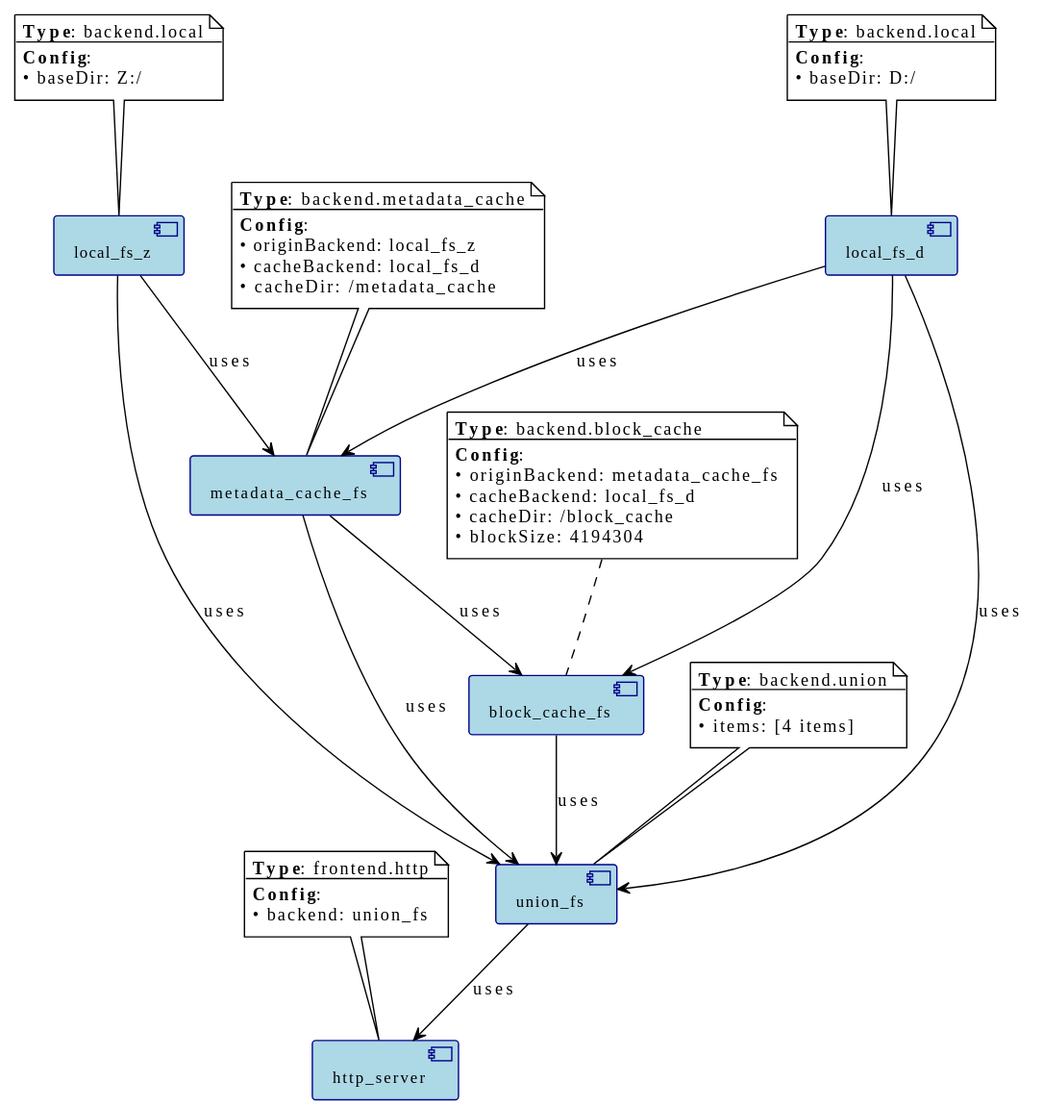
Above: bin/component_diagram.svg in zhangzqs/vfs_framework (PlantUML), before the change.
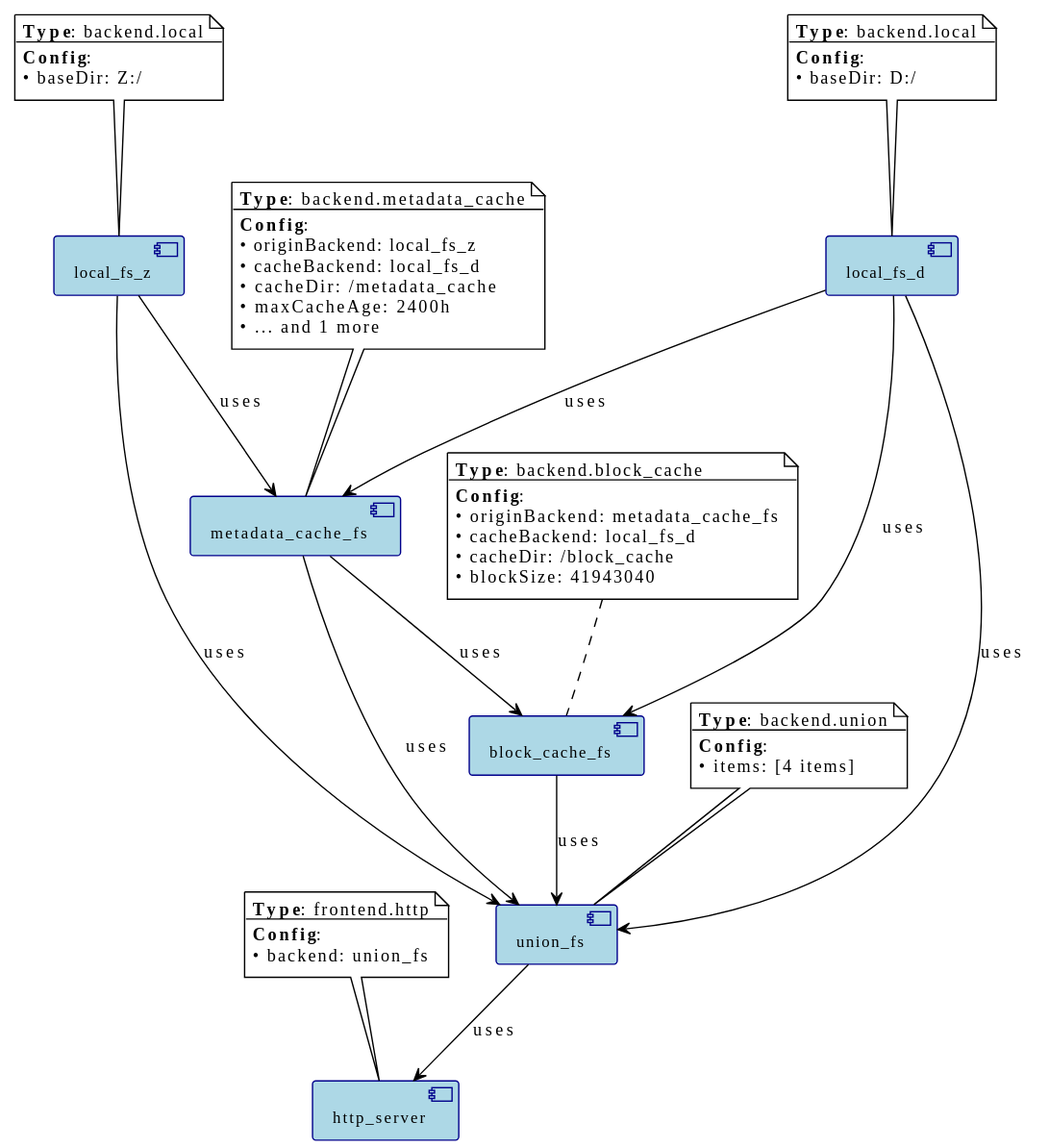
Later version of the same file.

What changed in the source:
```diff
@@ -32,6 +32,8 @@
   • originBackend: local_fs_z
   • cacheBackend: local_fs_d
   • cacheDir: /metadata_cache
+  • maxCacheAge: 2400h
+  • ... and 1 more
 end note
 
 component [block_cache_fs] as block_cache_fs
@@ -42,7 +44,7 @@
   • originBackend: metadata_cache_fs
   • cacheBackend: local_fs_d
   • cacheDir: /block_cache
-  • blockSize: 4194304
+  • blockSize: 41943040
 end note
 
 component [union_fs] as union_fs
```
